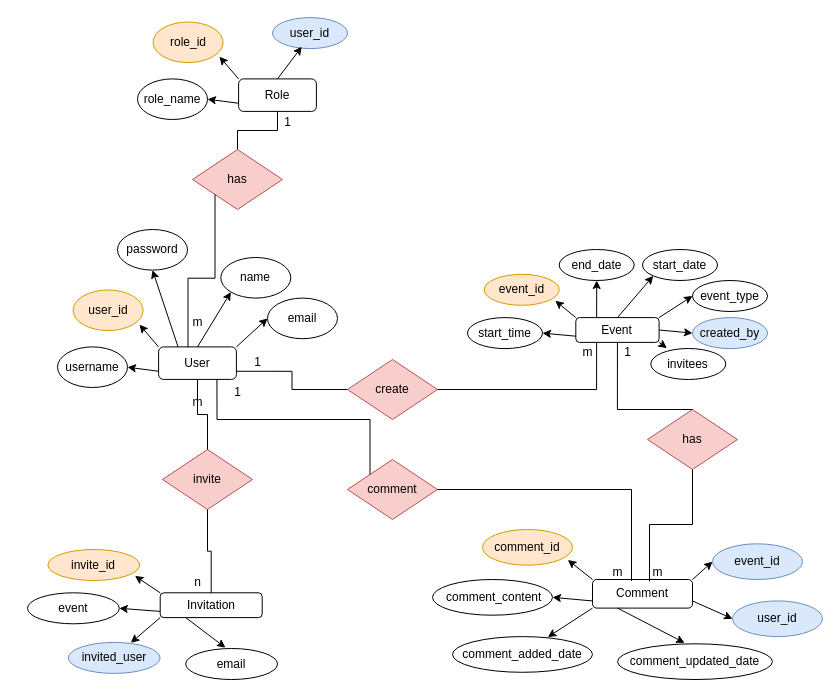
Before: src/main/resources/Untitled Diagram.drawio in Vasu-Aggarwal/EventManager, a draw.io diagram. Source tidied: cells renumbered, new cells numbered last; positions are measured from the earlier drawing's top-left corner, leaving out a move shared by most shapes. Both pictures are drawn from the tidied source at 100%, with x=0, y=0 at pixel (27, 17).
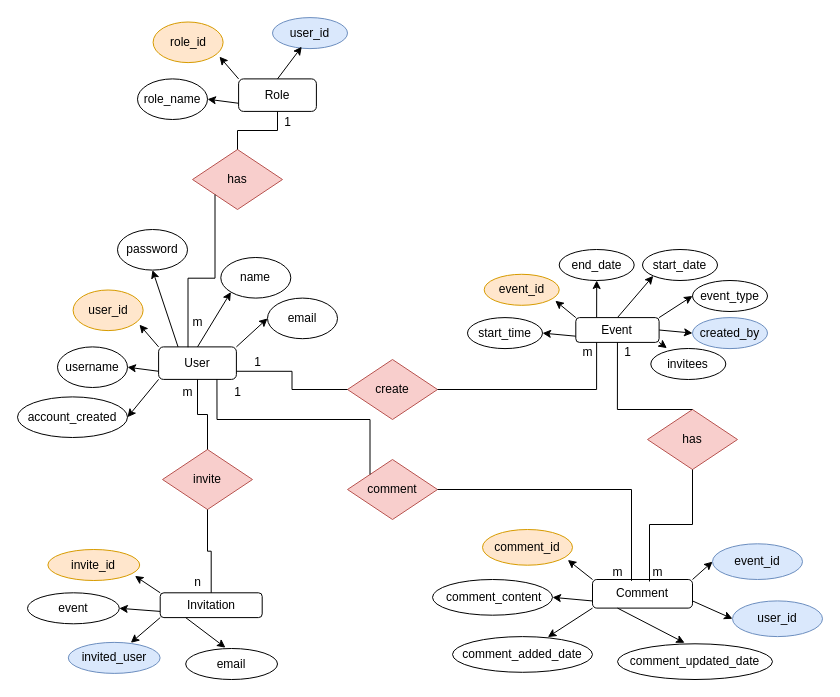
After the change.

The change refers to these unchanged cells:
```xml
<mxCell id="7" value="User" style="rounded=1;whiteSpace=wrap;html=1;" parent="2" vertex="1">
  <mxGeometry x="101.1" y="89.4" width="77.8" height="32.5" as="geometry" />
</mxCell>
```

Change to the diagram source:
```diff
@@
     <mxCell id="68" value="m" style="text;html=1;align=center;verticalAlign=middle;strokeColor=none;fillColor=none;" parent="1" vertex="1">
-      <mxGeometry x="155" y="370" width="30" height="30" as="geometry" />
+      <mxGeometry x="145" y="360" width="30" height="30" as="geometry" />
     </mxCell>
@@
+    <mxCell id="91" value="account_created" style="ellipse;whiteSpace=wrap;html=1;" parent="1" vertex="1">
+      <mxGeometry x="-10" y="379.4" width="110" height="40.6" as="geometry" />
+    </mxCell>
+    <mxCell id="92" style="rounded=0;jettySize=auto;html=1;exitX=0;exitY=1;exitDx=0;exitDy=0;entryX=1;entryY=0.5;entryDx=0;entryDy=0;" parent="1" edge="1" source="7" target="91">
+      <mxGeometry relative="1" as="geometry" />
+    </mxCell>
```
